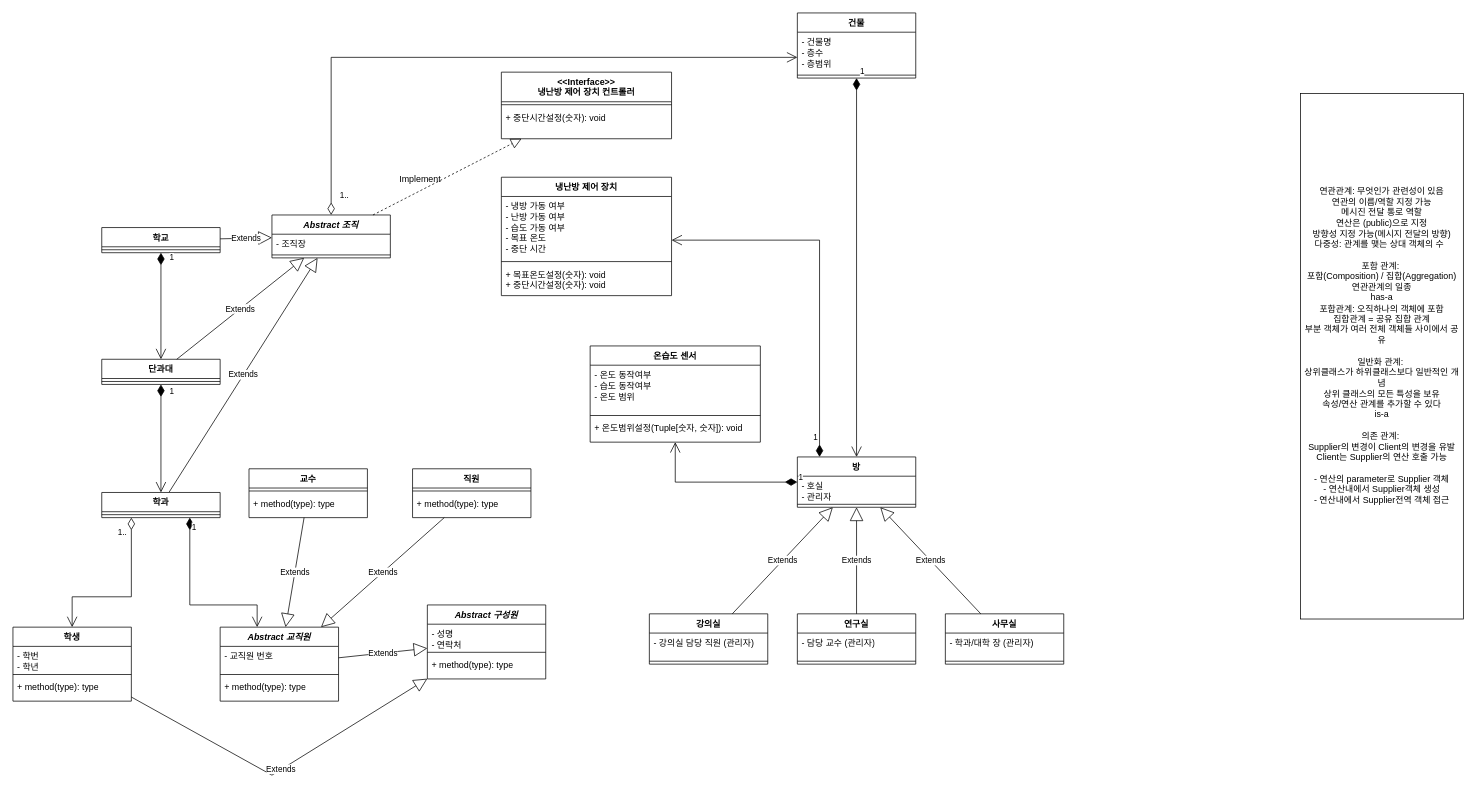
The draw.io diagram class-diagram.drawio in Huch0/draw-io, before the edit. Source tidied: cells renumbered, new cells numbered last; positions are measured from the earlier drawing's top-left corner, leaving out a move shared by most shapes. Both pictures are drawn from the tidied source at 74%, with x=0, y=0 at pixel (13, 13).
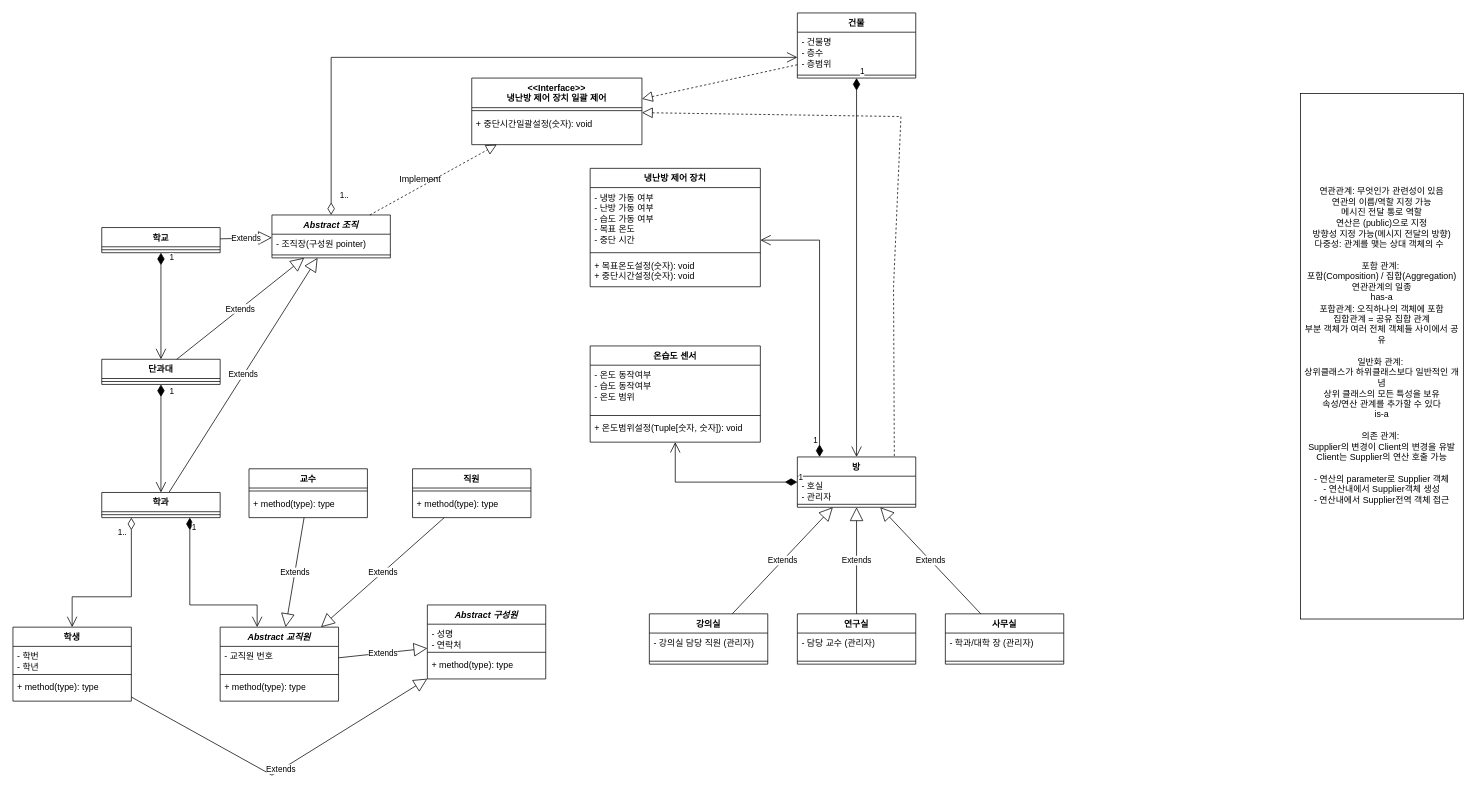
The same page after the edit.

The change refers to these unchanged cells:
```xml
<mxCell id="3" value="방" style="swimlane;fontStyle=1;align=center;verticalAlign=top;horizontal=1;startSize=26;whiteSpace=wrap;html=1;" parent="1" vertex="1">
  <mxGeometry x="1060" y="600" width="160" height="68" as="geometry" />
</mxCell>
<mxCell id="18" value="&lt;i&gt;Abstract 조직&lt;/i&gt;" style="swimlane;fontStyle=1;align=center;verticalAlign=top;horizontal=1;startSize=26;whiteSpace=wrap;html=1;" parent="1" vertex="1">
  <mxGeometry x="350" y="273" width="160" height="58" as="geometry" />
</mxCell>
```

The edit, as a diff of the source:
```diff
@@
-    <mxCell id="19" value="- 조직장" style="text;strokeColor=none;fillColor=none;align=left;verticalAlign=top;spacingLeft=4;spacingRight=4;overflow=hidden;whiteSpace=wrap;html=1;" parent="18" vertex="1">
+    <mxCell id="19" value="- 조직장(구성원 pointer)" style="text;strokeColor=none;fillColor=none;align=left;verticalAlign=top;spacingLeft=4;spacingRight=4;overflow=hidden;whiteSpace=wrap;html=1;" parent="18" vertex="1">
       <mxGeometry y="26" width="160" height="24" as="geometry" />
     </mxCell>
@@
     <mxCell id="64" value="냉난방 제어 장치" style="swimlane;fontStyle=1;align=center;verticalAlign=top;horizontal=1;startSize=26;whiteSpace=wrap;html=1;" parent="1" vertex="1">
-      <mxGeometry x="660" y="222" width="230" height="160" as="geometry" />
+      <mxGeometry x="780" y="210" width="230" height="160" as="geometry" />
     </mxCell>
@@
-    <mxCell id="71" value="&amp;lt;&amp;lt;Interface&amp;gt;&amp;gt;&lt;div&gt;냉난방 제어 장치 컨트롤러&lt;/div&gt;" style="swimlane;fontStyle=1;align=center;verticalAlign=top;horizontal=1;startSize=40;whiteSpace=wrap;html=1;" parent="1" vertex="1">
-      <mxGeometry x="660" y="80" width="230" height="90" as="geometry" />
+    <mxCell id="71" value="&amp;lt;&amp;lt;Interface&amp;gt;&amp;gt;&lt;div&gt;냉난방 제어 장치 일괄 제어&lt;/div&gt;" style="swimlane;fontStyle=1;align=center;verticalAlign=top;horizontal=1;startSize=40;whiteSpace=wrap;html=1;" parent="1" vertex="1">
+      <mxGeometry x="620" y="88" width="230" height="90" as="geometry" />
     </mxCell>
@@
-    <mxCell id="73" value="&lt;div&gt;&lt;span style=&quot;background-color: initial;&quot;&gt;+ 중단시간설정(숫자): void&lt;/span&gt;&lt;br&gt;&lt;/div&gt;" style="text;strokeColor=none;fillColor=none;align=left;verticalAlign=top;spacingLeft=4;spacingRight=4;overflow=hidden;whiteSpace=wrap;html=1;" parent="71" vertex="1">
+    <mxCell id="73" value="&lt;div&gt;&lt;span style=&quot;background-color: initial;&quot;&gt;+ 중단시간일괄설정(숫자): void&lt;/span&gt;&lt;br&gt;&lt;/div&gt;" style="text;strokeColor=none;fillColor=none;align=left;verticalAlign=top;spacingLeft=4;spacingRight=4;overflow=hidden;whiteSpace=wrap;html=1;" parent="71" vertex="1">
       <mxGeometry y="48" width="230" height="42" as="geometry" />
     </mxCell>
@@
+    <mxCell id="76" style="endArrow=block;dashed=1;endFill=0;endSize=12;html=1;rounded=0;" parent="1" edge="1">
+      <mxGeometry relative="1" as="geometry">
+        <mxPoint x="1060" y="70" as="sourcePoint" />
+        <mxPoint x="850" y="116.1" as="targetPoint" />
+      </mxGeometry>
+    </mxCell>
+    <mxCell id="77" style="endArrow=block;dashed=1;endFill=0;endSize=12;html=1;rounded=0;exitX=0.819;exitY=-0.017;exitDx=0;exitDy=0;exitPerimeter=0;" parent="1" edge="1" source="3" target="71">
+      <mxGeometry relative="1" as="geometry">
+        <Array as="points">
+          <mxPoint x="1190" y="370" />
+          <mxPoint x="1200" y="140" />
+        </Array>
+      </mxGeometry>
+    </mxCell>
```
